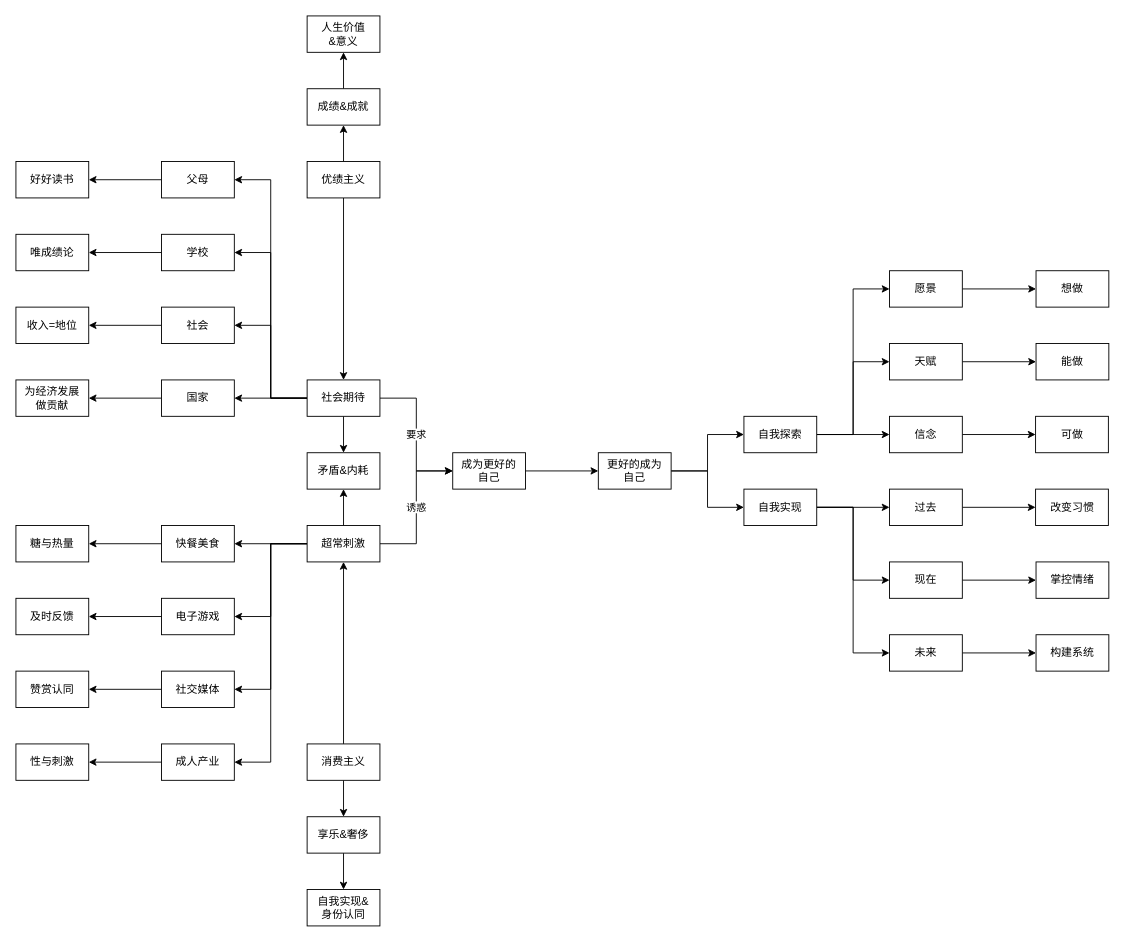
Above: 人生系统.drawio in youyusan/life_system (draw.io), before the change. Source tidied: cells renumbered, new cells numbered last; positions are measured from the earlier drawing's top-left corner, leaving out a move shared by most shapes. Both pictures are drawn from the tidied source at 91%, with x=0, y=0 at pixel (15, 15).
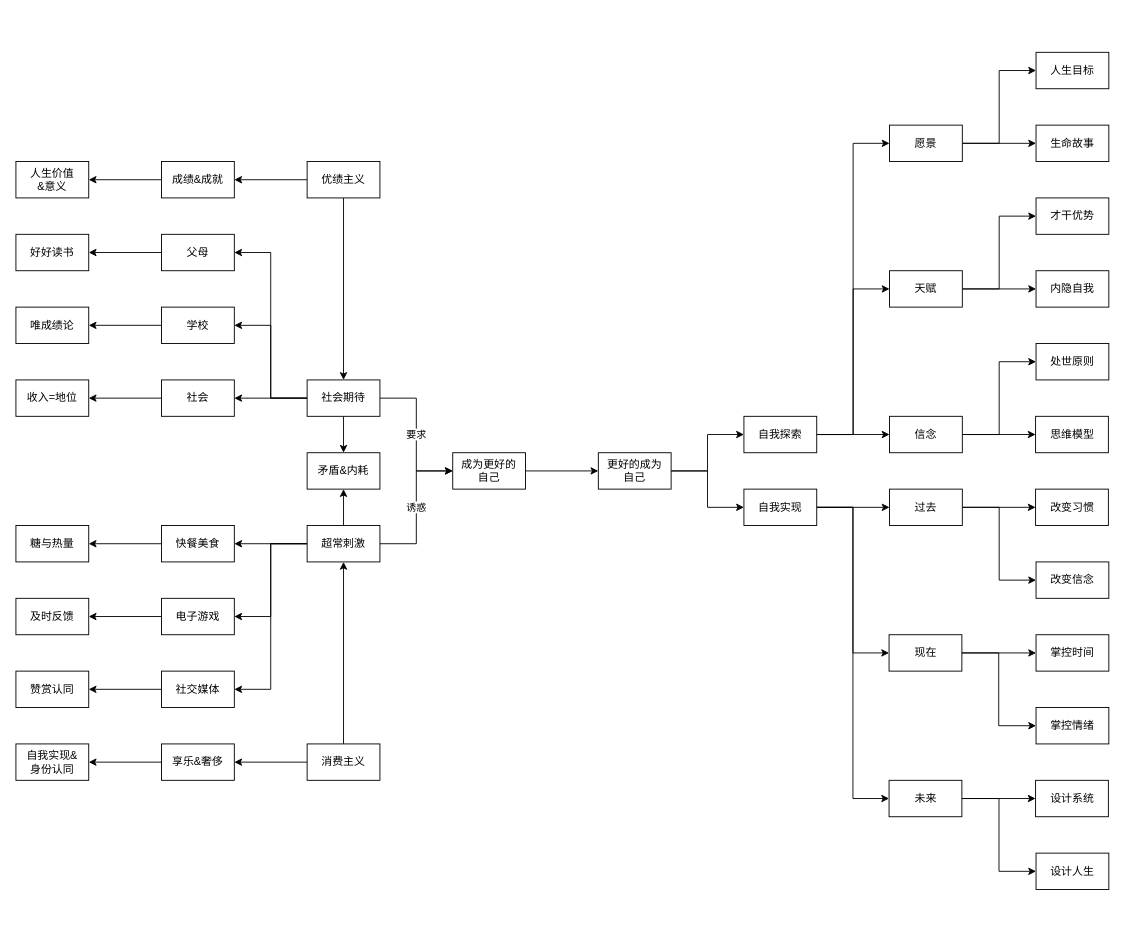
The same page after the edit.

Commit message:
更新人生系统.drawio

Unchanged cells that the change refers to:
```xml
<mxCell id="9" value="优绩主义" style="rounded=0;whiteSpace=wrap;html=1;" parent="1" vertex="1">
  <mxGeometry x="320" y="160" width="80" height="40" as="geometry" />
</mxCell>
<mxCell id="16" value="社会期待" style="rounded=0;whiteSpace=wrap;html=1;" parent="1" vertex="1">
  <mxGeometry x="320" y="400" width="80" height="40" as="geometry" />
</mxCell>
<mxCell id="23" value="超常刺激" style="rounded=0;whiteSpace=wrap;html=1;" parent="1" vertex="1">
  <mxGeometry x="320" y="560" width="80" height="40" as="geometry" />
</mxCell>
<mxCell id="70" value="信念" style="rounded=0;whiteSpace=wrap;html=1;" parent="1" vertex="1">
  <mxGeometry x="960" y="440" width="80" height="40" as="geometry" />
</mxCell>
<mxCell id="75" value="过去" style="rounded=0;whiteSpace=wrap;html=1;" parent="1" vertex="1">
  <mxGeometry x="960" y="520" width="80" height="40" as="geometry" />
</mxCell>
```

Diff of the diagram source:
```diff
@@
-    <mxCell id="8" style="edgeStyle=orthogonalEdgeStyle;rounded=0;jettySize=auto;html=1;entryX=0.5;entryY=1;entryDx=0;entryDy=0;" parent="1" edge="1" source="9" target="40">
+    <mxCell id="8" style="edgeStyle=orthogonalEdgeStyle;rounded=0;jettySize=auto;html=1;" parent="1" edge="1" source="9" target="40">
       <mxGeometry relative="1" as="geometry" />
     </mxCell>
@@
-    <mxCell id="14" style="edgeStyle=orthogonalEdgeStyle;rounded=0;jettySize=auto;html=1;entryX=1;entryY=0.5;entryDx=0;entryDy=0;" parent="1" edge="1" source="16" target="34">
-      <mxGeometry relative="1" as="geometry" />
-    </mxCell>
@@
-    <mxCell id="21" style="edgeStyle=orthogonalEdgeStyle;rounded=0;jettySize=auto;html=1;entryX=1;entryY=0.5;entryDx=0;entryDy=0;" parent="1" edge="1" source="23" target="48">
-      <mxGeometry relative="1" as="geometry" />
-    </mxCell>
@@
     <mxCell id="28" value="父母" style="rounded=0;whiteSpace=wrap;html=1;" parent="1" vertex="1">
-      <mxGeometry x="160" y="160" width="80" height="40" as="geometry" />
+      <mxGeometry x="160" y="240" width="80" height="40" as="geometry" />
     </mxCell>
@@
     <mxCell id="30" value="学校" style="rounded=0;whiteSpace=wrap;html=1;" parent="1" vertex="1">
-      <mxGeometry x="160" y="240" width="80" height="40" as="geometry" />
+      <mxGeometry x="160" y="320" width="80" height="40" as="geometry" />
     </mxCell>
@@
     <mxCell id="32" value="社会" style="rounded=0;whiteSpace=wrap;html=1;" parent="1" vertex="1">
-      <mxGeometry x="160" y="320" width="80" height="40" as="geometry" />
+      <mxGeometry x="160" y="400" width="80" height="40" as="geometry" />
     </mxCell>
-    <mxCell id="33" style="edgeStyle=orthogonalEdgeStyle;rounded=0;jettySize=auto;html=1;" parent="1" edge="1" source="34" target="38">
-      <mxGeometry relative="1" as="geometry" />
-    </mxCell>
-    <mxCell id="34" value="国家" style="rounded=0;whiteSpace=wrap;html=1;" parent="1" vertex="1">
-      <mxGeometry x="160" y="400" width="80" height="40" as="geometry" />
-    </mxCell>
     <mxCell id="35" value="好好读书" style="rounded=0;whiteSpace=wrap;html=1;" parent="1" vertex="1">
-      <mxGeometry y="160" width="80" height="40" as="geometry" />
+      <mxGeometry y="240" width="80" height="40" as="geometry" />
     </mxCell>
     <mxCell id="36" value="唯成绩论" style="rounded=0;whiteSpace=wrap;html=1;" parent="1" vertex="1">
-      <mxGeometry y="240" width="80" height="40" as="geometry" />
+      <mxGeometry y="320" width="80" height="40" as="geometry" />
     </mxCell>
     <mxCell id="37" value="收入=地位" style="rounded=0;whiteSpace=wrap;html=1;" parent="1" vertex="1">
-      <mxGeometry y="320" width="80" height="40" as="geometry" />
+      <mxGeometry y="400" width="80" height="40" as="geometry" />
     </mxCell>
-    <mxCell id="38" value="为经济发展&lt;br&gt;做贡献" style="rounded=0;whiteSpace=wrap;html=1;" parent="1" vertex="1">
-      <mxGeometry y="400" width="80" height="40" as="geometry" />
-    </mxCell>
-    <mxCell id="39" style="edgeStyle=orthogonalEdgeStyle;rounded=0;jettySize=auto;html=1;entryX=0.5;entryY=1;entryDx=0;entryDy=0;" parent="1" edge="1" source="40" target="41">
+    <mxCell id="39" style="edgeStyle=orthogonalEdgeStyle;rounded=0;jettySize=auto;html=1;" parent="1" edge="1" source="40" target="41">
       <mxGeometry relative="1" as="geometry" />
     </mxCell>
     <mxCell id="40" value="成绩&amp;amp;成就" style="rounded=0;whiteSpace=wrap;html=1;" parent="1" vertex="1">
-      <mxGeometry x="320" y="80" width="80" height="40" as="geometry" />
+      <mxGeometry x="160" y="160" width="80" height="40" as="geometry" />
     </mxCell>
     <mxCell id="41" value="人生价值&lt;br&gt;&amp;amp;意义" style="rounded=0;whiteSpace=wrap;html=1;" parent="1" vertex="1">
-      <mxGeometry x="320" width="80" height="40" as="geometry" />
+      <mxGeometry y="160" width="80" height="40" as="geometry" />
     </mxCell>
@@
     <mxCell id="43" value="享乐&amp;amp;奢侈" style="rounded=0;whiteSpace=wrap;html=1;" parent="1" vertex="1">
-      <mxGeometry x="320" y="880" width="80" height="40" as="geometry" />
+      <mxGeometry x="160" y="800" width="80" height="40" as="geometry" />
     </mxCell>
     <mxCell id="44" value="自我实现&amp;amp;&lt;br&gt;身份认同" style="rounded=0;whiteSpace=wrap;html=1;" parent="1" vertex="1">
-      <mxGeometry x="320" y="960" width="80" height="40" as="geometry" />
+      <mxGeometry y="800" width="80" height="40" as="geometry" />
     </mxCell>
@@
-    <mxCell id="47" style="edgeStyle=orthogonalEdgeStyle;rounded=0;jettySize=auto;html=1;" parent="1" edge="1" source="48" target="55">
-      <mxGeometry relative="1" as="geometry" />
-    </mxCell>
-    <mxCell id="48" value="成人产业" style="rounded=0;whiteSpace=wrap;html=1;" parent="1" vertex="1">
-      <mxGeometry x="160" y="800" width="80" height="40" as="geometry" />
-    </mxCell>
@@
-    <mxCell id="55" value="性与刺激" style="rounded=0;whiteSpace=wrap;html=1;" parent="1" vertex="1">
-      <mxGeometry y="800" width="80" height="40" as="geometry" />
-    </mxCell>
@@
+    <mxCell id="84" style="edgeStyle=orthogonalEdgeStyle;rounded=0;jettySize=auto;html=1;entryX=0;entryY=0.5;entryDx=0;entryDy=0;" parent="1" edge="1" source="66" target="93">
+      <mxGeometry relative="1" as="geometry" />
+    </mxCell>
     <mxCell id="66" value="愿景" style="rounded=0;whiteSpace=wrap;html=1;" parent="1" vertex="1">
-      <mxGeometry x="960" y="280" width="80" height="40" as="geometry" />
+      <mxGeometry x="960" y="120" width="80" height="40" as="geometry" />
     </mxCell>
@@
+    <mxCell id="85" style="edgeStyle=orthogonalEdgeStyle;rounded=0;jettySize=auto;html=1;entryX=0;entryY=0.5;entryDx=0;entryDy=0;" parent="1" edge="1" source="68" target="94">
+      <mxGeometry relative="1" as="geometry" />
+    </mxCell>
     <mxCell id="68" value="天赋" style="rounded=0;whiteSpace=wrap;html=1;" parent="1" vertex="1">
-      <mxGeometry x="960" y="360" width="80" height="40" as="geometry" />
+      <mxGeometry x="960" y="280" width="80" height="40" as="geometry" />
     </mxCell>
@@
+    <mxCell id="86" style="edgeStyle=orthogonalEdgeStyle;rounded=0;jettySize=auto;html=1;entryX=0;entryY=0.5;entryDx=0;entryDy=0;" parent="1" edge="1" source="70" target="95">
+      <mxGeometry relative="1" as="geometry" />
+    </mxCell>
@@
-    <mxCell id="71" value="想做" style="rounded=0;whiteSpace=wrap;html=1;" parent="1" vertex="1">
-      <mxGeometry x="1121" y="280" width="80" height="40" as="geometry" />
+    <mxCell id="71" value="生命故事" style="rounded=0;whiteSpace=wrap;html=1;" parent="1" vertex="1">
+      <mxGeometry x="1121" y="120" width="80" height="40" as="geometry" />
     </mxCell>
-    <mxCell id="72" value="能做" style="rounded=0;whiteSpace=wrap;html=1;" parent="1" vertex="1">
-      <mxGeometry x="1121" y="360" width="80" height="40" as="geometry" />
+    <mxCell id="72" value="内隐自我" style="rounded=0;whiteSpace=wrap;html=1;" parent="1" vertex="1">
+      <mxGeometry x="1121" y="280" width="80" height="40" as="geometry" />
     </mxCell>
-    <mxCell id="73" value="可做" style="rounded=0;whiteSpace=wrap;html=1;" parent="1" vertex="1">
+    <mxCell id="73" value="思维模型" style="rounded=0;whiteSpace=wrap;html=1;" parent="1" vertex="1">
       <mxGeometry x="1120.5" y="440" width="80" height="40" as="geometry" />
     </mxCell>
@@
+    <mxCell id="87" style="edgeStyle=orthogonalEdgeStyle;rounded=0;jettySize=auto;html=1;entryX=0;entryY=0.5;entryDx=0;entryDy=0;" parent="1" edge="1" source="75" target="90">
+      <mxGeometry relative="1" as="geometry" />
+    </mxCell>
@@
     <mxCell id="76" style="edgeStyle=orthogonalEdgeStyle;rounded=0;jettySize=auto;html=1;" parent="1" edge="1" source="77" target="81">
-      <mxGeometry relative="1" as="geometry" />
+      <mxGeometry relative="1" as="geometry">
+        <Array as="points">
+          <mxPoint x="1080" y="700" />
+          <mxPoint x="1080" y="780" />
+        </Array>
+      </mxGeometry>
     </mxCell>
+    <mxCell id="88" style="edgeStyle=orthogonalEdgeStyle;rounded=0;jettySize=auto;html=1;entryX=0;entryY=0.5;entryDx=0;entryDy=0;" parent="1" edge="1" source="77" target="91">
+      <mxGeometry relative="1" as="geometry" />
+    </mxCell>
     <mxCell id="77" value="现在" style="rounded=0;whiteSpace=wrap;html=1;" parent="1" vertex="1">
-      <mxGeometry x="960" y="600" width="80" height="40" as="geometry" />
+      <mxGeometry x="959.5" y="680" width="80" height="40" as="geometry" />
     </mxCell>
@@
+    <mxCell id="89" style="edgeStyle=orthogonalEdgeStyle;rounded=0;jettySize=auto;html=1;entryX=0;entryY=0.5;entryDx=0;entryDy=0;" parent="1" edge="1" source="79" target="92">
+      <mxGeometry relative="1" as="geometry" />
+    </mxCell>
     <mxCell id="79" value="未来" style="rounded=0;whiteSpace=wrap;html=1;" parent="1" vertex="1">
-      <mxGeometry x="960" y="680" width="80" height="40" as="geometry" />
+      <mxGeometry x="959.5" y="840" width="80" height="40" as="geometry" />
     </mxCell>
@@
     <mxCell id="81" value="掌控情绪" style="rounded=0;whiteSpace=wrap;html=1;" parent="1" vertex="1">
-      <mxGeometry x="1121" y="600" width="80" height="40" as="geometry" />
+      <mxGeometry x="1121" y="760" width="80" height="40" as="geometry" />
     </mxCell>
-    <mxCell id="82" value="构建系统" style="rounded=0;whiteSpace=wrap;html=1;" parent="1" vertex="1">
-      <mxGeometry x="1121" y="680" width="80" height="40" as="geometry" />
+    <mxCell id="82" value="设计系统" style="rounded=0;whiteSpace=wrap;html=1;" parent="1" vertex="1">
+      <mxGeometry x="1120.5" y="840" width="80" height="40" as="geometry" />
     </mxCell>
@@
+    <mxCell id="90" value="改变信念" style="rounded=0;whiteSpace=wrap;html=1;" parent="1" vertex="1">
+      <mxGeometry x="1121" y="600" width="80" height="40" as="geometry" />
+    </mxCell>
+    <mxCell id="91" value="掌控时间" style="rounded=0;whiteSpace=wrap;html=1;" parent="1" vertex="1">
+      <mxGeometry x="1121" y="680" width="80" height="40" as="geometry" />
+    </mxCell>
+    <mxCell id="92" value="设计人生" style="rounded=0;whiteSpace=wrap;html=1;" parent="1" vertex="1">
+      <mxGeometry x="1121" y="920" width="80" height="40" as="geometry" />
+    </mxCell>
+    <mxCell id="93" value="人生目标" style="rounded=0;whiteSpace=wrap;html=1;" parent="1" vertex="1">
+      <mxGeometry x="1121" y="40" width="80" height="40" as="geometry" />
+    </mxCell>
+    <mxCell id="94" value="才干优势" style="rounded=0;whiteSpace=wrap;html=1;" parent="1" vertex="1">
+      <mxGeometry x="1121" y="200" width="80" height="40" as="geometry" />
+    </mxCell>
+    <mxCell id="95" value="处世原则" style="rounded=0;whiteSpace=wrap;html=1;" parent="1" vertex="1">
+      <mxGeometry x="1121" y="360" width="80" height="40" as="geometry" />
+    </mxCell>
```
